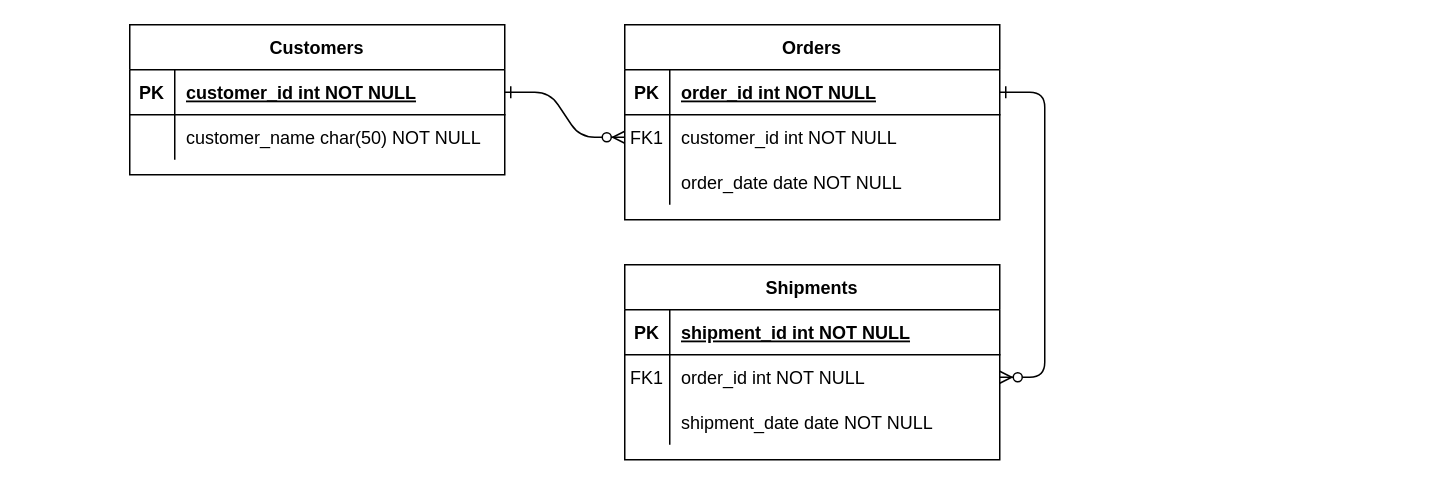
This is Untitled Diagram.drawio from iceflying6397/First_test_code, a draw.io file, before an edit. Source tidied: cells renumbered, new cells numbered last; positions are measured from the earlier drawing's top-left corner, leaving out a move shared by most shapes. Both pictures are drawn from the tidied source at 150%, with x=0, y=0 at pixel (129, 24).
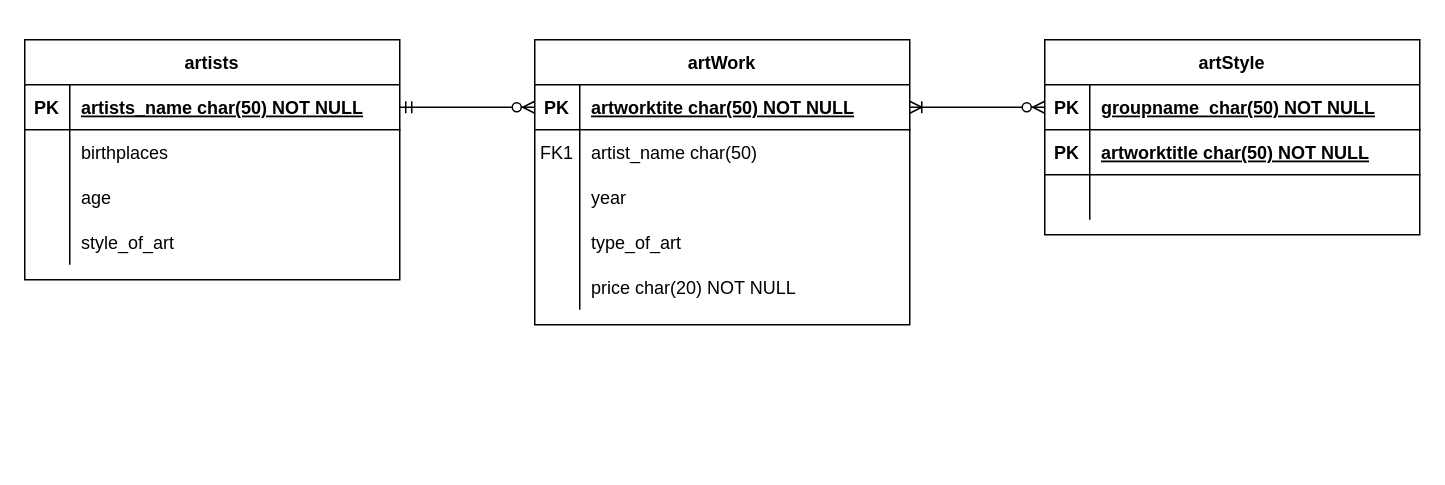
Above is the later version.

The change refers to these unchanged cells:
```xml
<mxCell id="5" style="shape=partialRectangle;fillColor=none;points=[[0,0.5],[1,0.5]];portConstraint=eastwest;top=0;left=0;right=0;bottom=1;" parent="4" vertex="1">
  <mxGeometry y="30" width="250" height="30" as="geometry" />
</mxCell>
<mxCell id="15" style="shape=partialRectangle;fillColor=none;points=[[0,0.5],[1,0.5]];portConstraint=eastwest;top=0;left=0;right=0;bottom=1;" parent="14" vertex="1">
  <mxGeometry y="30" width="250" height="30" as="geometry" />
</mxCell>
<mxCell id="18" style="shape=partialRectangle;fillColor=none;points=[[0,0.5],[1,0.5]];portConstraint=eastwest;top=0;left=0;right=0;bottom=0;" parent="14" vertex="1">
  <mxGeometry y="60" width="250" height="30" as="geometry" />
</mxCell>
<mxCell id="21" style="shape=partialRectangle;fillColor=none;top=0;left=0;right=0;bottom=0;" parent="14" vertex="1">
  <mxGeometry y="90" width="250" height="30" as="geometry" />
</mxCell>
<mxCell id="25" style="shape=partialRectangle;fillColor=none;points=[[0,0.5],[1,0.5]];portConstraint=eastwest;top=0;left=0;right=0;bottom=1;" parent="24" vertex="1">
  <mxGeometry y="30" width="250" height="30" as="geometry" />
</mxCell>
<mxCell id="28" style="shape=partialRectangle;fillColor=none;top=0;left=0;right=0;bottom=0;" parent="24" vertex="1">
  <mxGeometry y="60" width="250" height="30" as="geometry" />
</mxCell>
```

Diff of the diagram source:
```diff
@@
-    <mxCell id="2" style="edgeStyle=entityRelationEdgeStyle;endArrow=ERzeroToMany;startArrow=ERone;endFill=1;startFill=0;" parent="1" edge="1" source="25" target="8">
-      <mxGeometry relative="1" as="geometry" />
-    </mxCell>
-    <mxCell id="3" style="edgeStyle=entityRelationEdgeStyle;endArrow=ERzeroToMany;startArrow=ERone;endFill=1;startFill=0;" parent="1" edge="1" source="5" target="18">
-      <mxGeometry relative="1" as="geometry" />
-    </mxCell>
-    <mxCell id="4" value="Orders" style="shape=table;startSize=30;childLayout=tableLayout;rowLines=0;fontStyle=1;align=center;" parent="1" vertex="1">
-      <mxGeometry x="330" width="250" height="130" as="geometry" />
+    <mxCell id="4" value="artStyle" style="shape=table;startSize=30;childLayout=tableLayout;rowLines=0;fontStyle=1;align=center;" parent="1" vertex="1">
+      <mxGeometry x="610" y="10" width="250" height="130" as="geometry" />
     </mxCell>
@@
-    <mxCell id="7" value="order_id int NOT NULL " style="shape=partialRectangle;overflow=hidden;fillColor=none;top=0;left=0;bottom=0;right=0;align=left;spacingLeft=6;fontStyle=5;" parent="5" vertex="1">
+    <mxCell id="7" value="groupname  char(50) NOT NULL" style="shape=partialRectangle;overflow=hidden;fillColor=none;top=0;left=0;bottom=0;right=0;align=left;spacingLeft=6;fontStyle=5;" parent="5" vertex="1">
       <mxGeometry x="30" width="220" height="30" as="geometry" />
     </mxCell>
+    <mxCell id="31" style="shape=partialRectangle;fillColor=none;top=0;left=0;bottom=1;right=0;" parent="4" vertex="1">
+      <mxGeometry y="60" width="250" height="30" as="geometry" />
+    </mxCell>
+    <mxCell id="32" value="PK" style="shape=partialRectangle;fillColor=none;top=0;left=0;bottom=0;right=0;fontStyle=1;overflow=hidden;" parent="31" vertex="1">
+      <mxGeometry width="30" height="30" as="geometry" />
+    </mxCell>
+    <mxCell id="33" value="artworktitle char(50) NOT NULL" style="shape=partialRectangle;fillColor=none;top=0;left=0;bottom=0;right=0;align=left;spacingLeft=6;fontStyle=5;overflow=hidden;" parent="31" vertex="1">
+      <mxGeometry x="30" width="220" height="30" as="geometry" />
+    </mxCell>
     <mxCell id="8" style="shape=partialRectangle;fillColor=none;points=[[0,0.5],[1,0.5]];portConstraint=eastwest;top=0;left=0;right=0;bottom=0;" parent="4" vertex="1">
-      <mxGeometry y="60" width="250" height="30" as="geometry" />
+      <mxGeometry y="90" width="250" height="30" as="geometry" />
     </mxCell>
-    <mxCell id="9" value="FK1" style="shape=partialRectangle;overflow=hidden;fillColor=none;top=0;left=0;bottom=0;right=0;" parent="8" vertex="1">
+    <mxCell id="9" style="shape=partialRectangle;overflow=hidden;fillColor=none;top=0;left=0;bottom=0;right=0;" parent="8" vertex="1">
       <mxGeometry width="30" height="30" as="geometry" />
     </mxCell>
-    <mxCell id="10" value="customer_id int NOT NULL" style="shape=partialRectangle;overflow=hidden;fillColor=none;top=0;left=0;bottom=0;right=0;align=left;spacingLeft=6;" parent="8" vertex="1">
+    <mxCell id="10" style="shape=partialRectangle;overflow=hidden;fillColor=none;top=0;left=0;bottom=0;right=0;align=left;spacingLeft=6;" parent="8" vertex="1">
       <mxGeometry x="30" width="220" height="30" as="geometry" />
     </mxCell>
-    <mxCell id="11" style="shape=partialRectangle;fillColor=none;top=0;left=0;right=0;bottom=0;" parent="4" vertex="1">
-      <mxGeometry y="90" width="250" height="30" as="geometry" />
-    </mxCell>
-    <mxCell id="12" style="shape=partialRectangle;overflow=hidden;fillColor=none;top=0;left=0;bottom=0;right=0;" parent="11" vertex="1">
-      <mxGeometry width="30" height="30" as="geometry" />
-    </mxCell>
-    <mxCell id="13" value="order_date date NOT NULL" style="shape=partialRectangle;overflow=hidden;fillColor=none;top=0;left=0;bottom=0;right=0;align=left;spacingLeft=6;" parent="11" vertex="1">
-      <mxGeometry x="30" width="220" height="30" as="geometry" />
-    </mxCell>
-    <mxCell id="14" value="Shipments" style="shape=table;startSize=30;childLayout=tableLayout;rowLines=0;fontStyle=1;align=center;" parent="1" vertex="1">
-      <mxGeometry x="330" y="160" width="250" height="130" as="geometry" />
+    <mxCell id="14" value="artWork" style="shape=table;startSize=30;childLayout=tableLayout;rowLines=0;fontStyle=1;align=center;" parent="1" vertex="1">
+      <mxGeometry x="270" y="10" width="250" height="190" as="geometry" />
     </mxCell>
@@
-    <mxCell id="17" value="shipment_id int NOT NULL " style="shape=partialRectangle;overflow=hidden;fillColor=none;top=0;left=0;bottom=0;right=0;align=left;spacingLeft=6;fontStyle=5;" parent="15" vertex="1">
+    <mxCell id="17" value="artworktite char(50) NOT NULL" style="shape=partialRectangle;overflow=hidden;fillColor=none;top=0;left=0;bottom=0;right=0;align=left;spacingLeft=6;fontStyle=5;" parent="15" vertex="1">
       <mxGeometry x="30" width="220" height="30" as="geometry" />
     </mxCell>
@@
-    <mxCell id="20" value="order_id int NOT NULL" style="shape=partialRectangle;overflow=hidden;fillColor=none;top=0;left=0;bottom=0;right=0;align=left;spacingLeft=6;" parent="18" vertex="1">
+    <mxCell id="20" value="artist_name char(50)" style="shape=partialRectangle;overflow=hidden;fillColor=none;top=0;left=0;bottom=0;right=0;align=left;spacingLeft=6;" parent="18" vertex="1">
       <mxGeometry x="30" width="220" height="30" as="geometry" />
     </mxCell>
@@
-    <mxCell id="23" value="shipment_date date NOT NULL" style="shape=partialRectangle;overflow=hidden;fillColor=none;top=0;left=0;bottom=0;right=0;align=left;spacingLeft=6;" parent="21" vertex="1">
+    <mxCell id="23" value="year" style="shape=partialRectangle;overflow=hidden;fillColor=none;top=0;left=0;bottom=0;right=0;align=left;spacingLeft=6;" parent="21" vertex="1">
       <mxGeometry x="30" width="220" height="30" as="geometry" />
     </mxCell>
+    <mxCell id="34" style="shape=partialRectangle;fillColor=none;top=0;left=0;bottom=0;right=0;" parent="14" vertex="1">
+      <mxGeometry y="120" width="250" height="30" as="geometry" />
+    </mxCell>
+    <mxCell id="35" style="shape=partialRectangle;fillColor=none;top=0;left=0;bottom=0;right=0;overflow=hidden;" parent="34" vertex="1">
+      <mxGeometry width="30" height="30" as="geometry" />
+    </mxCell>
+    <mxCell id="36" value="type_of_art" style="shape=partialRectangle;fillColor=none;top=0;left=0;bottom=0;right=0;align=left;spacingLeft=6;overflow=hidden;" parent="34" vertex="1">
+      <mxGeometry x="30" width="220" height="30" as="geometry" />
+    </mxCell>
+    <mxCell id="37" style="shape=partialRectangle;fillColor=none;top=0;left=0;bottom=0;right=0;" parent="14" vertex="1">
+      <mxGeometry y="150" width="250" height="30" as="geometry" />
+    </mxCell>
+    <mxCell id="38" style="shape=partialRectangle;fillColor=none;top=0;left=0;bottom=0;right=0;overflow=hidden;" parent="37" vertex="1">
+      <mxGeometry width="30" height="30" as="geometry" />
+    </mxCell>
+    <mxCell id="39" value="price char(20) NOT NULL" style="shape=partialRectangle;fillColor=none;top=0;left=0;bottom=0;right=0;align=left;spacingLeft=6;overflow=hidden;" parent="37" vertex="1">
+      <mxGeometry x="30" width="220" height="30" as="geometry" />
+    </mxCell>
-    <mxCell id="24" value="Customers" style="shape=table;startSize=30;childLayout=tableLayout;rowLines=0;fontStyle=1;align=center;" parent="1" vertex="1">
-      <mxGeometry width="250" height="100" as="geometry" />
+    <mxCell id="24" value="artists" style="shape=table;startSize=30;childLayout=tableLayout;rowLines=0;fontStyle=1;align=center;" parent="1" vertex="1">
+      <mxGeometry x="-70" y="10" width="250" height="160" as="geometry" />
     </mxCell>
@@
-    <mxCell id="27" value="customer_id int NOT NULL " style="shape=partialRectangle;overflow=hidden;fillColor=none;top=0;left=0;bottom=0;right=0;align=left;spacingLeft=6;fontStyle=5;" parent="25" vertex="1">
+    <mxCell id="27" value="artists_name char(50) NOT NULL" style="shape=partialRectangle;overflow=hidden;fillColor=none;top=0;left=0;bottom=0;right=0;align=left;spacingLeft=6;fontStyle=5;" parent="25" vertex="1">
       <mxGeometry x="30" width="220" height="30" as="geometry" />
     </mxCell>
@@
-    <mxCell id="30" value="customer_name char(50) NOT NULL" style="shape=partialRectangle;overflow=hidden;fillColor=none;top=0;left=0;bottom=0;right=0;align=left;spacingLeft=6;" parent="28" vertex="1">
+    <mxCell id="30" value="birthplaces" style="shape=partialRectangle;overflow=hidden;fillColor=none;top=0;left=0;bottom=0;right=0;align=left;spacingLeft=6;" parent="28" vertex="1">
       <mxGeometry x="30" width="220" height="30" as="geometry" />
     </mxCell>
+    <mxCell id="40" style="shape=partialRectangle;fillColor=none;top=0;left=0;bottom=0;right=0;" parent="24" vertex="1">
+      <mxGeometry y="90" width="250" height="30" as="geometry" />
+    </mxCell>
+    <mxCell id="41" style="shape=partialRectangle;fillColor=none;top=0;left=0;bottom=0;right=0;overflow=hidden;" parent="40" vertex="1">
+      <mxGeometry width="30" height="30" as="geometry" />
+    </mxCell>
+    <mxCell id="42" value="age" style="shape=partialRectangle;fillColor=none;top=0;left=0;bottom=0;right=0;align=left;spacingLeft=6;overflow=hidden;" parent="40" vertex="1">
+      <mxGeometry x="30" width="220" height="30" as="geometry" />
+    </mxCell>
+    <mxCell id="43" style="shape=partialRectangle;fillColor=none;top=0;left=0;bottom=0;right=0;" parent="24" vertex="1">
+      <mxGeometry y="120" width="250" height="30" as="geometry" />
+    </mxCell>
+    <mxCell id="44" style="shape=partialRectangle;fillColor=none;top=0;left=0;bottom=0;right=0;overflow=hidden;" parent="43" vertex="1">
+      <mxGeometry width="30" height="30" as="geometry" />
+    </mxCell>
+    <mxCell id="45" value="style_of_art" style="shape=partialRectangle;fillColor=none;top=0;left=0;bottom=0;right=0;align=left;spacingLeft=6;overflow=hidden;" parent="43" vertex="1">
+      <mxGeometry x="30" width="220" height="30" as="geometry" />
+    </mxCell>
+    <mxCell id="46" style="edgeStyle=entityRelationEdgeStyle;fontSize=12;html=1;endArrow=ERzeroToMany;startArrow=ERmandOne;rounded=0;" parent="1" edge="1" source="25" target="15">
+      <mxGeometry relative="1" as="geometry" />
+    </mxCell>
+    <mxCell id="47" style="edgeStyle=entityRelationEdgeStyle;fontSize=12;html=1;endArrow=ERoneToMany;startArrow=ERzeroToMany;rounded=0;entryX=1;entryY=0.5;entryDx=0;entryDy=0;" parent="1" edge="1" source="5" target="15">
+      <mxGeometry relative="1" as="geometry" />
+    </mxCell>
```
